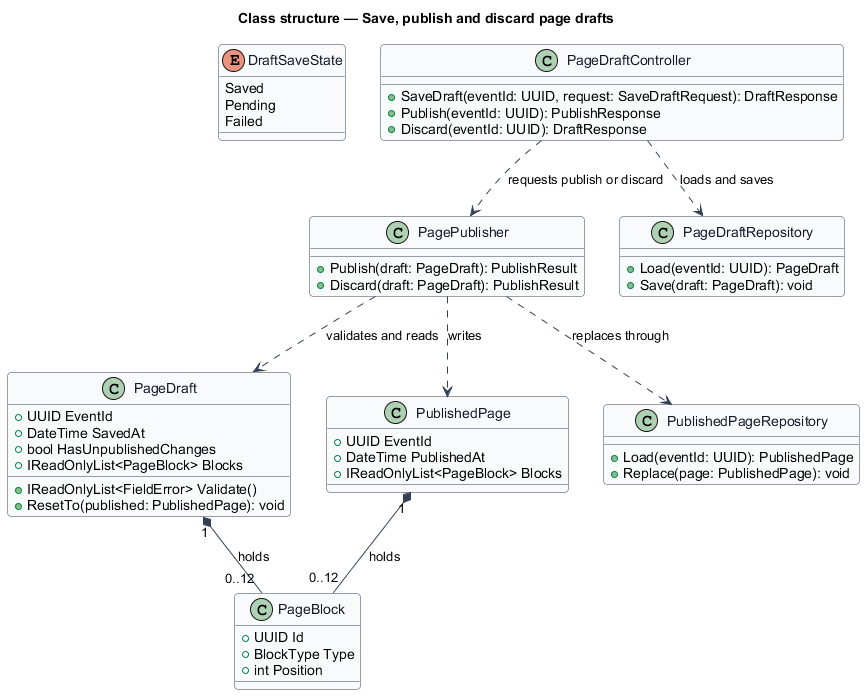
Before: docs/detailed-designs/event-page/publish-page-draft/diagrams/class-structure.png, a diagram exported from PlantUML (QuinntyneBrown/rsvp-cms).
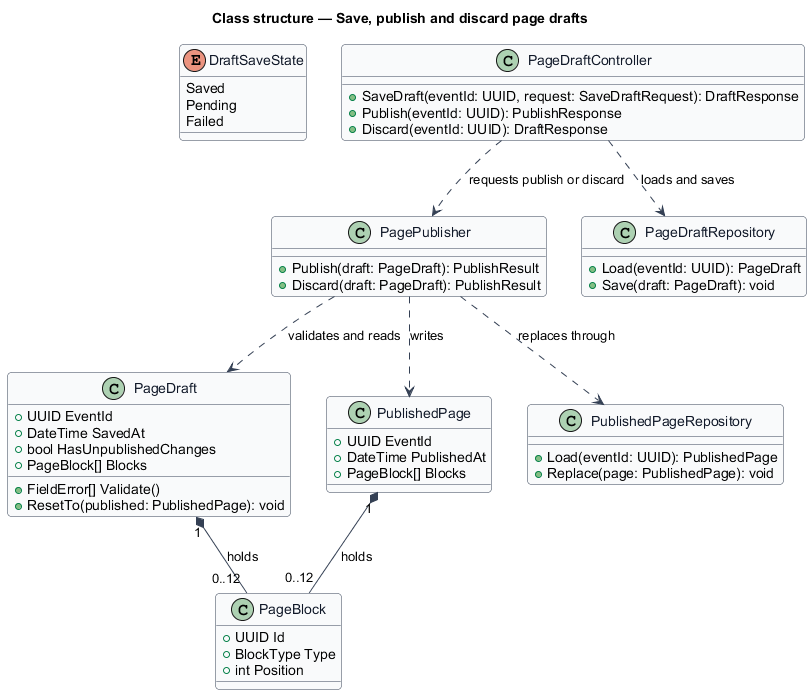
After the change.

The edit, as a diff of the source:
```diff
@@ -21,15 +21,15 @@
   +UUID EventId
   +DateTime SavedAt
   +bool HasUnpublishedChanges
-  +IReadOnlyList<PageBlock> Blocks
-  +IReadOnlyList<FieldError> Validate()
+  +PageBlock[] Blocks
+  +FieldError[] Validate()
   +ResetTo(published: PublishedPage): void
 }
 
 class PublishedPage {
   +UUID EventId
   +DateTime PublishedAt
-  +IReadOnlyList<PageBlock> Blocks
+  +PageBlock[] Blocks
 }
 
 class PageBlock {
```
